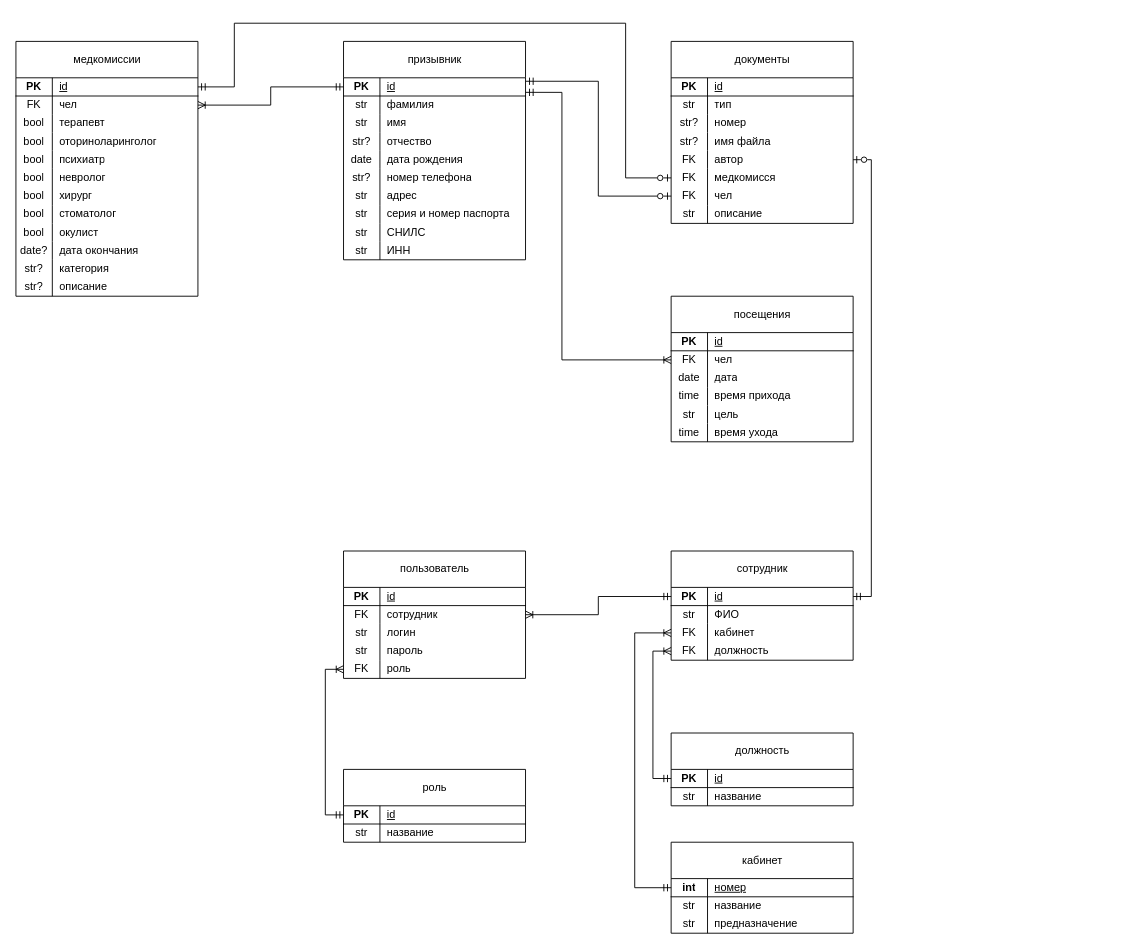
Above: теоретическая часть/схемы/er физическая.drawio in ChesniChok/voenkomat (draw.io), before the change. Source tidied: cells renumbered, new cells numbered last; positions are measured from the earlier drawing's top-left corner, leaving out a move shared by most shapes. Both pictures are drawn from the tidied source at 91%, with x=0, y=0 at pixel (15, 23).
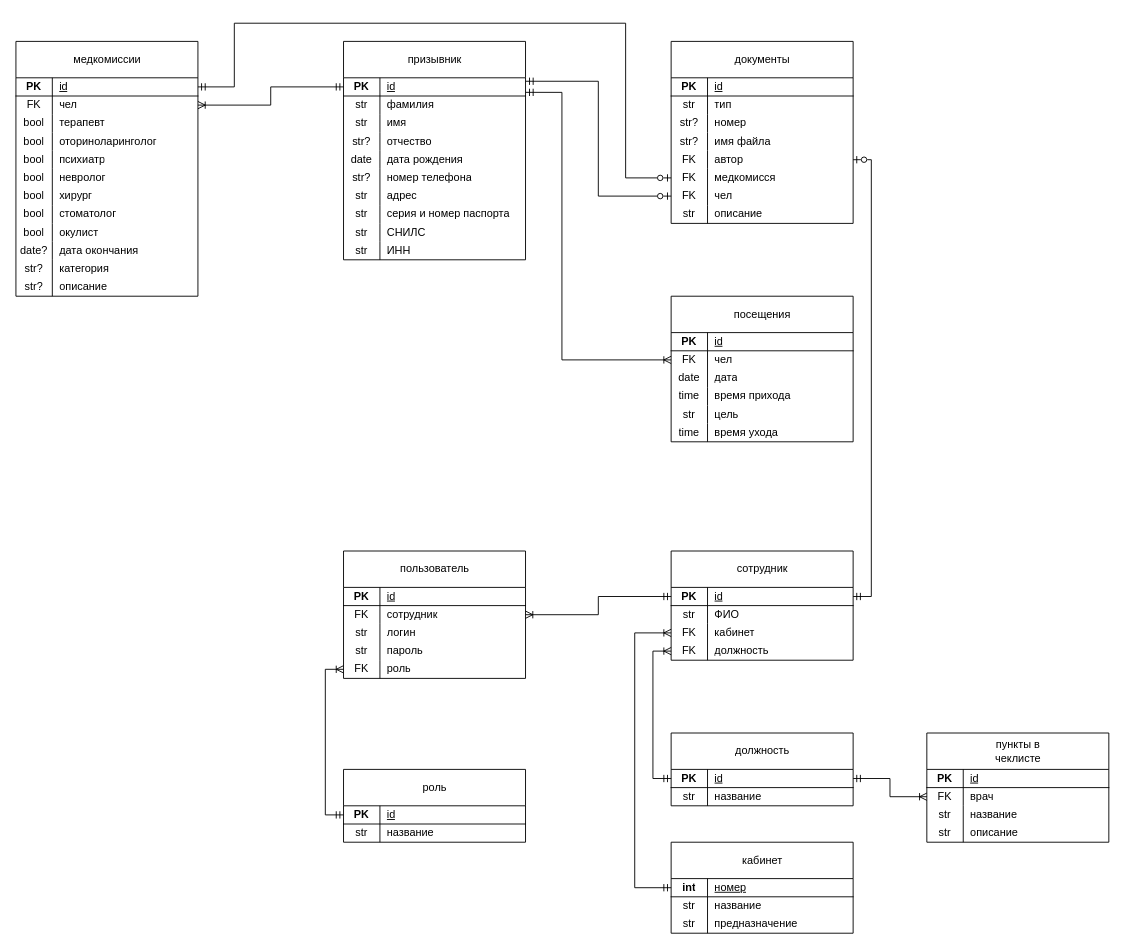
The same page after the edit.

Commit message (it also covers changes not shown here):
в схеме и моделях появилась сущность записи в чеклисте

Unchanged cells that the change refers to:
```xml
<mxCell id="135" style="shape=tableRow;horizontal=0;startSize=0;swimlaneHead=0;swimlaneBody=0;fillColor=none;points=[[0,0.5],[1,0.5]];portConstraint=eastwest;top=0;left=0;right=0;bottom=1;" parent="134" vertex="1">
  <mxGeometry y="40" width="200" height="20" as="geometry" />
</mxCell>
```

What changed in the source:
```diff
@@
+    <mxCell id="176" value="&lt;span style=&quot;font-weight: 400; text-wrap-mode: wrap;&quot;&gt;пункты в чеклисте&lt;/span&gt;" style="shape=table;startSize=40;childLayout=tableLayout;rowLines=0;fontStyle=1;align=center;html=1;" parent="1" vertex="1">
+      <mxGeometry x="1001" y="780" width="200" height="120" as="geometry" />
+    </mxCell>
+    <mxCell id="177" style="shape=tableRow;horizontal=0;startSize=0;swimlaneHead=0;swimlaneBody=0;fillColor=none;top=0;left=0;right=0;bottom=1;" parent="176" vertex="1">
+      <mxGeometry y="40" width="200" height="20" as="geometry" />
+    </mxCell>
+    <mxCell id="178" value="PK" style="shape=partialRectangle;fillColor=none;top=0;left=0;bottom=0;right=0;fontStyle=1;overflow=hidden;whiteSpace=wrap;html=1;" parent="177" vertex="1">
+      <mxGeometry width="40" height="20" as="geometry" />
+    </mxCell>
+    <mxCell id="179" value="&lt;span style=&quot;font-weight: 400;&quot;&gt;id&lt;/span&gt;" style="shape=partialRectangle;fillColor=none;top=0;left=0;bottom=0;right=0;align=left;spacingLeft=6;fontStyle=5;overflow=hidden;whiteSpace=wrap;html=1;" parent="177" vertex="1">
+      <mxGeometry x="40" width="160" height="20" as="geometry" />
+    </mxCell>
+    <mxCell id="180" style="shape=tableRow;horizontal=0;startSize=0;swimlaneHead=0;swimlaneBody=0;fillColor=none;points=[[0,0.5],[1,0.5]];portConstraint=eastwest;top=0;left=0;right=0;bottom=0;" parent="176" vertex="1">
+      <mxGeometry y="60" width="200" height="20" as="geometry" />
+    </mxCell>
+    <mxCell id="181" value="FK" style="shape=partialRectangle;fillColor=none;top=0;left=0;bottom=0;right=0;overflow=hidden;whiteSpace=wrap;html=1;" parent="180" vertex="1">
+      <mxGeometry width="40" height="20" as="geometry" />
+    </mxCell>
+    <mxCell id="182" value="врач" style="shape=partialRectangle;fillColor=none;top=0;left=0;bottom=0;right=0;align=left;spacingLeft=6;overflow=hidden;whiteSpace=wrap;html=1;" parent="180" vertex="1">
+      <mxGeometry x="40" width="160" height="20" as="geometry" />
+    </mxCell>
+    <mxCell id="183" style="shape=tableRow;horizontal=0;startSize=0;swimlaneHead=0;swimlaneBody=0;fillColor=none;top=0;left=0;right=0;bottom=0;" parent="176" vertex="1">
+      <mxGeometry y="80" width="200" height="20" as="geometry" />
+    </mxCell>
+    <mxCell id="184" value="str" style="shape=partialRectangle;fillColor=none;top=0;left=0;bottom=0;right=0;overflow=hidden;whiteSpace=wrap;html=1;" parent="183" vertex="1">
+      <mxGeometry width="40" height="20" as="geometry" />
+    </mxCell>
+    <mxCell id="185" value="название" style="shape=partialRectangle;fillColor=none;top=0;left=0;bottom=0;right=0;align=left;spacingLeft=6;overflow=hidden;whiteSpace=wrap;html=1;" parent="183" vertex="1">
+      <mxGeometry x="40" width="160" height="20" as="geometry" />
+    </mxCell>
+    <mxCell id="186" style="shape=tableRow;horizontal=0;startSize=0;swimlaneHead=0;swimlaneBody=0;fillColor=none;top=0;left=0;right=0;bottom=0;" parent="176" vertex="1">
+      <mxGeometry y="100" width="200" height="20" as="geometry" />
+    </mxCell>
+    <mxCell id="187" value="str" style="shape=partialRectangle;fillColor=none;top=0;left=0;bottom=0;right=0;overflow=hidden;whiteSpace=wrap;html=1;" parent="186" vertex="1">
+      <mxGeometry width="40" height="20" as="geometry" />
+    </mxCell>
+    <mxCell id="188" value="описание" style="shape=partialRectangle;fillColor=none;top=0;left=0;bottom=0;right=0;align=left;spacingLeft=6;overflow=hidden;whiteSpace=wrap;html=1;" parent="186" vertex="1">
+      <mxGeometry x="40" width="160" height="20" as="geometry" />
+    </mxCell>
+    <mxCell id="189" style="edgeStyle=orthogonalEdgeStyle;rounded=0;jettySize=auto;html=1;entryX=1;entryY=0.5;entryDx=0;entryDy=0;endArrow=ERmandOne;endFill=0;startArrow=ERoneToMany;startFill=0;" parent="1" edge="1" source="180" target="135">
+      <mxGeometry relative="1" as="geometry" />
+    </mxCell>
```
